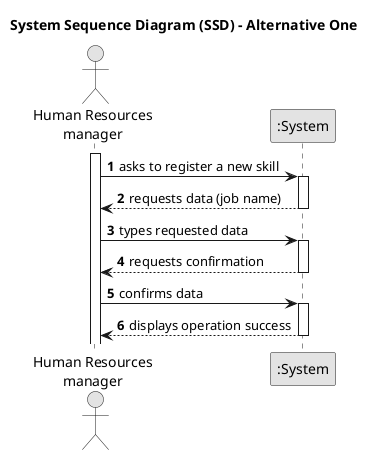
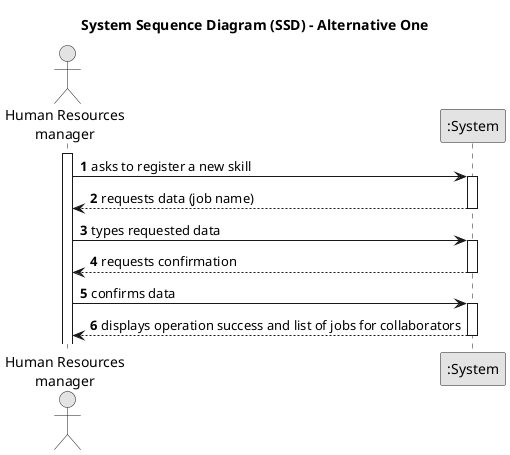
@startuml
skinparam monochrome true
skinparam packageStyle rectangle
skinparam shadowing false

title System Sequence Diagram (SSD) - Alternative One

autonumber

actor "Human Resources\nmanager" as Manager
participant ":System" as System

activate Manager

    Manager -> System : asks to register a new skill
    activate System

        System --> Manager : requests data (job name)
    deactivate System

   Manager  -> System : types requested data
    activate System

        System --> Manager  : requests confirmation
    deactivate System

    Manager  -> System : confirms data
    activate System

-         System --> Manager : displays operation success
+         System --> Manager : displays operation success and list of jobs for collaborators
    deactivate System

@enduml